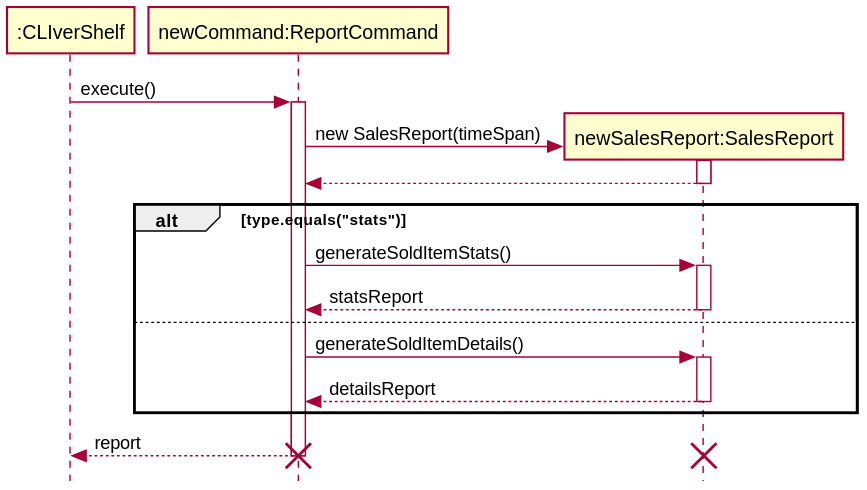
Above: docs/diagrams/Implementation_GenerateReports.svg in zh1huang/tp (PlantUML), before the change.
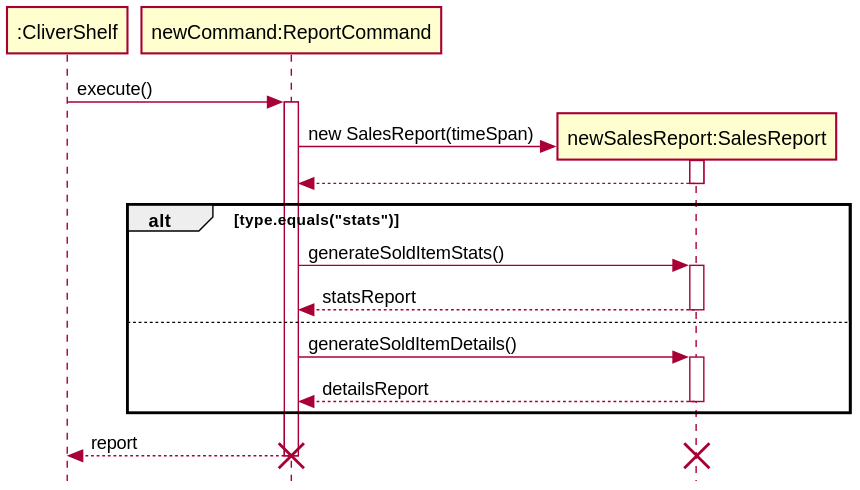
Above is the later version.

The edit, as a diff of the source:
```diff
@@ -1,7 +1,7 @@
 @startuml
 !include Style.puml
 
-participant ":CLIverShelf" as Main
+participant ":CliverShelf" as Main
 
 participant "newCommand:ReportCommand" as Command
 participant "newSalesReport:SalesReport" as SalesReport
```
